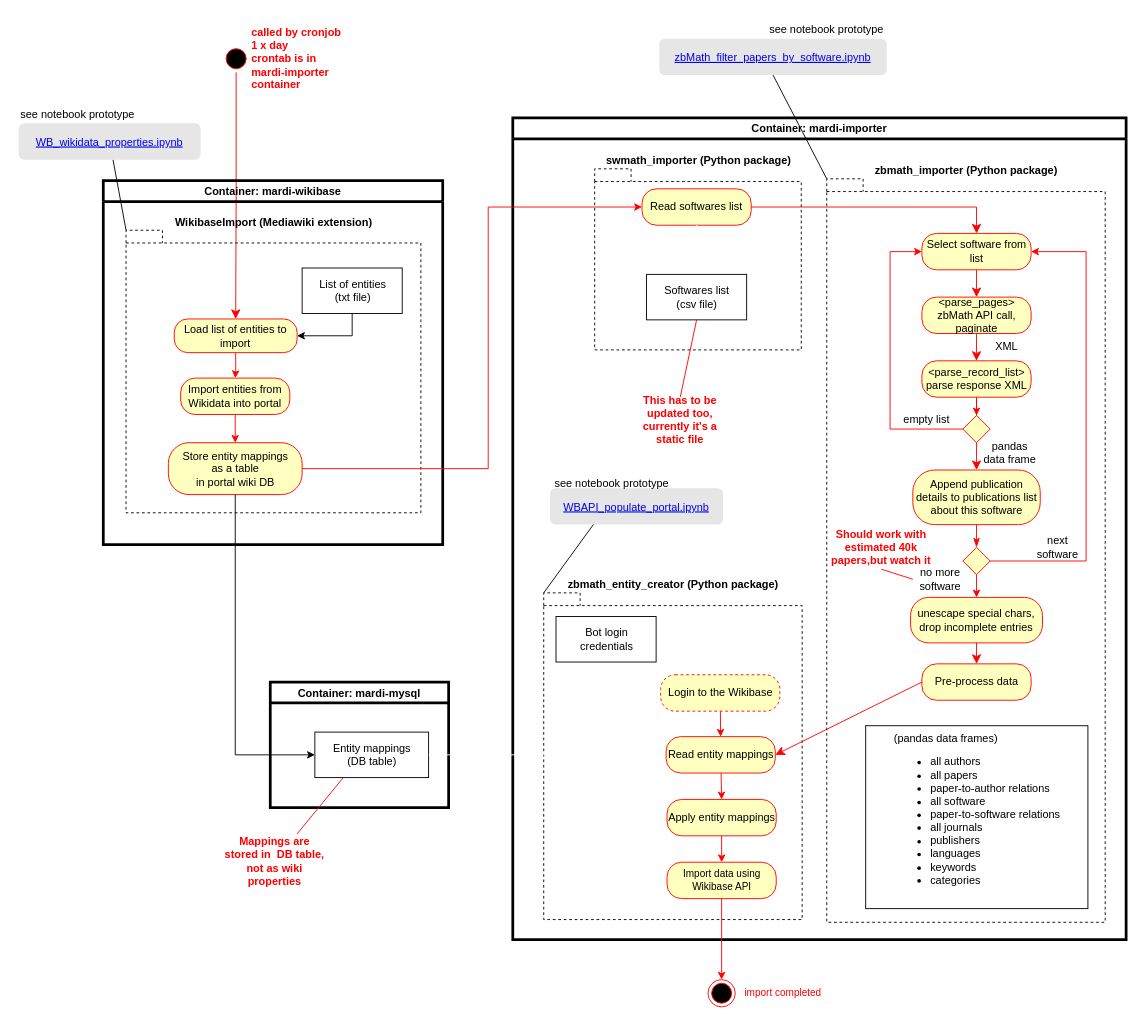
This is doc/activity.drawio from MaRDI4NFDI/docker-importer, a draw.io file, before an edit. Source tidied: cells renumbered, new cells numbered last; positions are measured from the earlier drawing's top-left corner, leaving out a move shared by most shapes. Both pictures are drawn from the tidied source at 91%, with x=0, y=0 at pixel (15, 15).
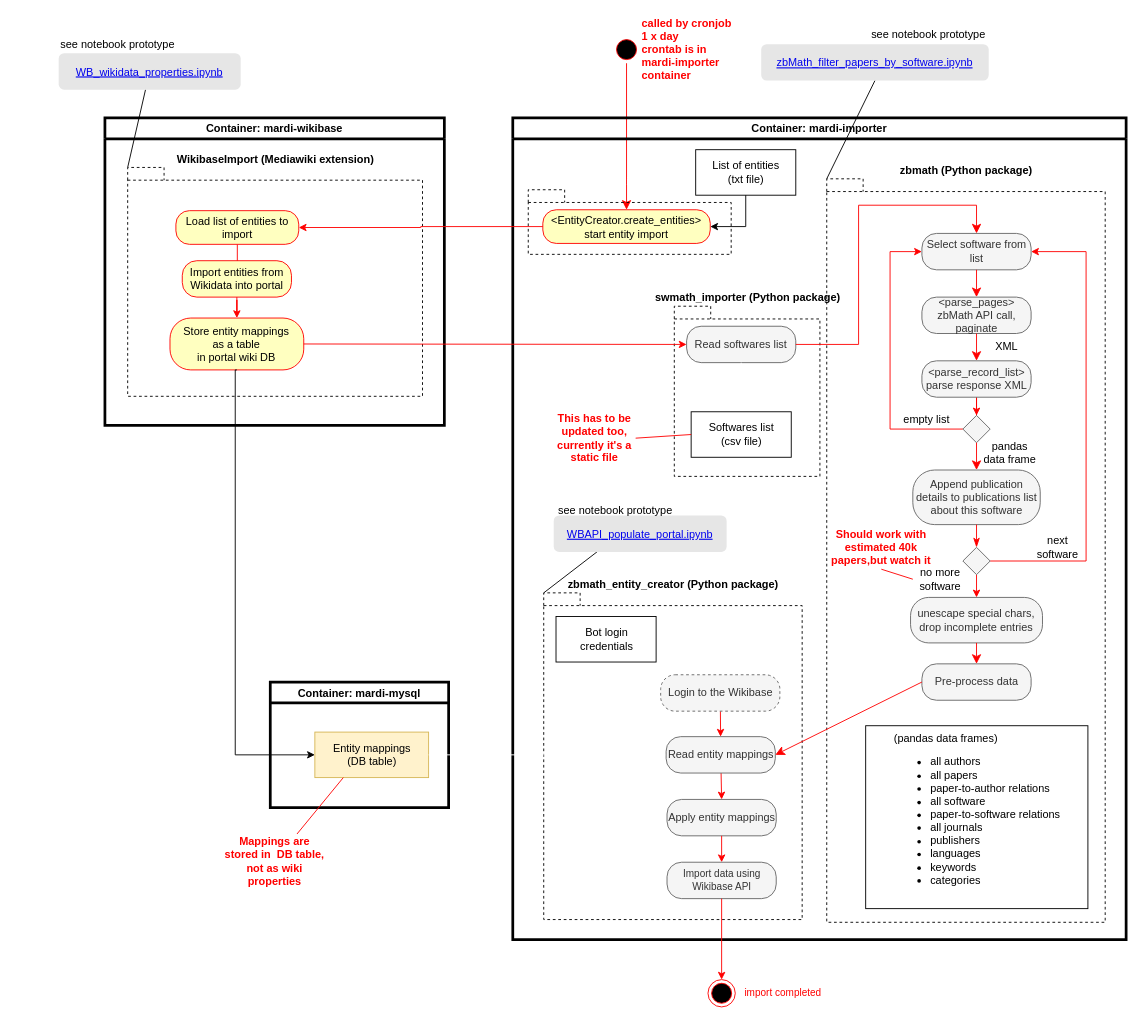
After the change.

The change refers to these unchanged cells:
```xml
<mxCell id="2" value="Container: mardi-mysql" style="swimlane;labelBackgroundColor=none;fillColor=none;strokeWidth=3;" parent="1" vertex="1">
  <mxGeometry x="279.5" y="732" width="196" height="138" as="geometry" />
</mxCell>
<mxCell id="15" value="Container: mardi-importer" style="swimlane;strokeWidth=3;fillColor=none;" parent="1" vertex="1">
  <mxGeometry x="546" y="112" width="674" height="903" as="geometry" />
</mxCell>
```

The edit, as a diff of the source:
```diff
@@
-    <mxCell id="3" value="&lt;div&gt;Entity mappings &lt;br&gt;&lt;/div&gt;&lt;div&gt;(DB table)&lt;/div&gt;" style="html=1;fillColor=none;" parent="2" vertex="1">
+    <mxCell id="3" value="&lt;div&gt;Entity mappings &lt;br&gt;&lt;/div&gt;&lt;div&gt;(DB table)&lt;/div&gt;" style="html=1;fillColor=#fff2cc;strokeColor=#d6b656;fontColor=#000000;" parent="2" vertex="1">
       <mxGeometry x="49" y="55" width="125" height="50" as="geometry" />
     </mxCell>
     <mxCell id="4" value="&lt;div&gt;&lt;font color=&quot;#FF0000&quot;&gt;&lt;b&gt;called by cronjob &lt;br&gt;&lt;/b&gt;&lt;/font&gt;&lt;/div&gt;&lt;div&gt;&lt;font color=&quot;#FF0000&quot;&gt;&lt;b&gt;1 x day&lt;/b&gt;&lt;/font&gt;&lt;/div&gt;&lt;div&gt;&lt;font color=&quot;#FF0000&quot;&gt;&lt;b&gt;crontab is in &lt;br&gt;&lt;/b&gt;&lt;/font&gt;&lt;/div&gt;&lt;div&gt;&lt;font color=&quot;#FF0000&quot;&gt;&lt;b&gt;mardi-importer&lt;/b&gt;&lt;/font&gt;&lt;/div&gt;&lt;div&gt;&lt;font color=&quot;#FF0000&quot;&gt;&lt;b&gt;container&lt;br&gt;&lt;/b&gt;&lt;/font&gt;&lt;/div&gt;" style="ellipse;html=1;shape=startState;fillColor=#000000;strokeColor=#ff0000;labelPosition=right;verticalLabelPosition=middle;align=left;verticalAlign=middle;" parent="1" vertex="1">
-      <mxGeometry x="227" y="32" width="30" height="30" as="geometry" />
+      <mxGeometry x="656" y="22" width="30" height="30" as="geometry" />
     </mxCell>
-    <mxCell id="5" style="edgeStyle=orthogonalEdgeStyle;html=1;verticalAlign=bottom;endArrow=classic;endSize=8;strokeColor=#ff0000;rounded=0;entryX=0.5;entryY=0;entryDx=0;entryDy=0;endFill=1;" parent="1" edge="1" source="4" target="9">
+    <mxCell id="5" style="edgeStyle=orthogonalEdgeStyle;html=1;verticalAlign=bottom;endArrow=classic;endSize=8;strokeColor=#ff0000;rounded=0;endFill=1;" parent="1" edge="1" source="4" target="90">
       <mxGeometry relative="1" as="geometry" />
     </mxCell>
     <mxCell id="6" value="Container: mardi-wikibase" style="swimlane;startSize=23;strokeWidth=3;fillColor=none;" parent="1" vertex="1">
-      <mxGeometry x="96" y="181" width="373" height="400" as="geometry" />
+      <mxGeometry x="97.8" y="112" width="373" height="338" as="geometry" />
     </mxCell>
     <mxCell id="7" value="WikibaseImport (Mediawiki extension)" style="shape=folder;fontStyle=1;spacingTop=10;tabWidth=40;tabHeight=14;tabPosition=left;html=1;align=center;labelPosition=center;verticalLabelPosition=top;verticalAlign=bottom;labelBackgroundColor=none;horizontal=1;fillColor=none;dashed=1;" parent="6" vertex="1">
-      <mxGeometry x="25" y="54.5" width="324" height="310.5" as="geometry" />
+      <mxGeometry x="25" y="54.5" width="324" height="251.5" as="geometry" />
     </mxCell>
@@
     <mxCell id="9" value="Load list of entities to import" style="rounded=1;whiteSpace=wrap;html=1;arcSize=40;fontColor=#000000;fillColor=#ffffc0;strokeColor=#ff0000;" parent="6" vertex="1">
-      <mxGeometry x="78" y="152" width="135" height="37" as="geometry" />
+      <mxGeometry x="78" y="102" width="135" height="37" as="geometry" />
     </mxCell>
-    <mxCell id="10" style="edgeStyle=orthogonalEdgeStyle;rounded=0;jettySize=auto;html=1;entryX=1;entryY=0.5;entryDx=0;entryDy=0;exitX=0.5;exitY=1;exitDx=0;exitDy=0;" parent="6" edge="1" source="11" target="9">
-      <mxGeometry relative="1" as="geometry" />
-    </mxCell>
-    <mxCell id="11" value="&lt;div&gt;List of entities &lt;br&gt;&lt;/div&gt;&lt;div&gt;(txt file)&lt;/div&gt;" style="html=1;fillColor=none;" parent="6" vertex="1">
-      <mxGeometry x="218.5" y="96" width="110" height="50" as="geometry" />
-    </mxCell>
     <mxCell id="12" style="edgeStyle=orthogonalEdgeStyle;rounded=0;jettySize=auto;html=1;entryX=0.5;entryY=0;entryDx=0;entryDy=0;strokeColor=#FF0000;" parent="6" edge="1" source="13" target="14">
-      <mxGeometry relative="1" as="geometry">
-        <Array as="points">
-          <mxPoint x="145" y="274" />
-          <mxPoint x="145" y="274" />
-        </Array>
-      </mxGeometry>
+      <mxGeometry relative="1" as="geometry" />
     </mxCell>
     <mxCell id="13" value="Import entities from Wikidata into portal" style="rounded=1;whiteSpace=wrap;html=1;arcSize=40;fontColor=#000000;fillColor=#ffffc0;strokeColor=#ff0000;" parent="6" vertex="1">
-      <mxGeometry x="85" y="217" width="120" height="40" as="geometry" />
+      <mxGeometry x="85" y="157" width="120" height="40" as="geometry" />
     </mxCell>
     <mxCell id="14" value="&lt;div&gt;Store entity mappings&lt;/div&gt;&lt;div&gt;as a table &lt;br&gt;&lt;/div&gt;&lt;div&gt;in portal wiki DB&lt;/div&gt;" style="rounded=1;whiteSpace=wrap;html=1;arcSize=40;fontColor=#000000;fillColor=#ffffc0;strokeColor=#ff0000;" parent="6" vertex="1">
-      <mxGeometry x="71.5" y="288" width="147" height="57" as="geometry" />
+      <mxGeometry x="71.5" y="220" width="147" height="57" as="geometry" />
     </mxCell>
@@
+    <mxCell id="89" value="wikidata" style="shape=folder;fontStyle=1;spacingTop=10;tabWidth=40;tabHeight=14;tabPosition=left;html=1;fontColor=#FFFFFF;labelPosition=center;verticalLabelPosition=top;align=center;verticalAlign=bottom;dashed=1;fillColor=none;" parent="15" vertex="1">
+      <mxGeometry x="17" y="79" width="223" height="71" as="geometry" />
+    </mxCell>
-    <mxCell id="16" value="zbmath_importer (Python package)" style="shape=folder;fontStyle=1;spacingTop=10;tabWidth=40;tabHeight=14;tabPosition=left;html=1;dashed=1;labelPosition=center;verticalLabelPosition=top;align=center;verticalAlign=bottom;fillColor=none;" parent="15" vertex="1">
+    <mxCell id="16" value="zbmath (Python package)" style="shape=folder;fontStyle=1;spacingTop=10;tabWidth=40;tabHeight=14;tabPosition=left;html=1;dashed=1;labelPosition=center;verticalLabelPosition=top;align=center;verticalAlign=bottom;fillColor=none;" parent="15" vertex="1">
       <mxGeometry x="345" y="67" width="306" height="817" as="geometry" />
     </mxCell>
     <mxCell id="17" value="swmath_importer (Python package)" style="shape=folder;fontStyle=1;spacingTop=10;tabWidth=40;tabHeight=14;tabPosition=left;html=1;dashed=1;labelPosition=center;verticalLabelPosition=top;align=center;verticalAlign=bottom;fillColor=none;" parent="15" vertex="1">
-      <mxGeometry x="90" y="56" width="227" height="199" as="geometry" />
+      <mxGeometry x="177.5" y="207" width="160" height="187" as="geometry" />
     </mxCell>
-    <mxCell id="18" value="Read softwares list" style="rounded=1;whiteSpace=wrap;html=1;arcSize=40;fontColor=#000000;fillColor=#ffffc0;strokeColor=#ff0000;" parent="15" vertex="1">
-      <mxGeometry x="142" y="78" width="120" height="40" as="geometry" />
+    <mxCell id="18" value="Read softwares list" style="rounded=1;whiteSpace=wrap;html=1;arcSize=40;fillColor=#f5f5f5;strokeColor=#666666;fontColor=#333333;" parent="15" vertex="1">
+      <mxGeometry x="191" y="229" width="120" height="40" as="geometry" />
     </mxCell>
     <mxCell id="19" style="edgeStyle=orthogonalEdgeStyle;html=1;verticalAlign=bottom;endArrow=classic;endSize=8;strokeColor=#ff0000;rounded=0;entryX=0.5;entryY=0;entryDx=0;entryDy=0;endFill=1;" parent="15" edge="1" source="18" target="21">
-      <mxGeometry relative="1" as="geometry" />
+      <mxGeometry relative="1" as="geometry">
+        <Array as="points">
+          <mxPoint x="380" y="249" />
+          <mxPoint x="380" y="96" />
+          <mxPoint x="510" y="96" />
+        </Array>
+      </mxGeometry>
     </mxCell>
     <mxCell id="20" value="&lt;div&gt;Softwares list &lt;br&gt;&lt;/div&gt;&lt;div&gt;(csv file)&lt;/div&gt;" style="html=1;fillColor=none;" parent="15" vertex="1">
-      <mxGeometry x="147" y="172" width="110" height="50" as="geometry" />
+      <mxGeometry x="196" y="323" width="110" height="50" as="geometry" />
     </mxCell>
-    <mxCell id="21" value="Select software from list" style="rounded=1;whiteSpace=wrap;html=1;arcSize=40;fontColor=#000000;fillColor=#ffffc0;strokeColor=#ff0000;" parent="15" vertex="1">
+    <mxCell id="21" value="Select software from list" style="rounded=1;whiteSpace=wrap;html=1;arcSize=40;fontColor=#333333;fillColor=#f5f5f5;strokeColor=#666666;" parent="15" vertex="1">
       <mxGeometry x="449.6" y="127" width="120" height="40" as="geometry" />
     </mxCell>
@@
-    <mxCell id="23" value="&lt;div&gt;&amp;lt;parse_pages&amp;gt;&lt;br&gt;&lt;/div&gt;&lt;div&gt;zbMath API call,&lt;/div&gt;&lt;div&gt;paginate&lt;br&gt;&lt;/div&gt;" style="rounded=1;whiteSpace=wrap;html=1;arcSize=40;fontColor=#000000;fillColor=#ffffc0;strokeColor=#ff0000;" parent="15" vertex="1">
+    <mxCell id="23" value="&lt;div&gt;&amp;lt;parse_pages&amp;gt;&lt;br&gt;&lt;/div&gt;&lt;div&gt;zbMath API call,&lt;/div&gt;&lt;div&gt;paginate&lt;br&gt;&lt;/div&gt;" style="rounded=1;whiteSpace=wrap;html=1;arcSize=40;fontColor=#333333;fillColor=#f5f5f5;strokeColor=#666666;" parent="15" vertex="1">
       <mxGeometry x="449.6" y="197" width="120" height="40" as="geometry" />
     </mxCell>
@@
-    <mxCell id="26" value="&lt;div&gt;&amp;lt;parse_record_list&amp;gt;&lt;/div&gt;&lt;div&gt;parse response XML &lt;br&gt;&lt;/div&gt;" style="rounded=1;whiteSpace=wrap;html=1;arcSize=40;fontColor=#000000;fillColor=#ffffc0;strokeColor=#ff0000;" parent="15" vertex="1">
+    <mxCell id="26" value="&lt;div&gt;&amp;lt;parse_record_list&amp;gt;&lt;/div&gt;&lt;div&gt;parse response XML &lt;br&gt;&lt;/div&gt;" style="rounded=1;whiteSpace=wrap;html=1;arcSize=40;fontColor=#333333;fillColor=#f5f5f5;strokeColor=#666666;" parent="15" vertex="1">
       <mxGeometry x="449.6" y="267" width="120" height="40" as="geometry" />
     </mxCell>
@@
-    <mxCell id="30" style="rhombus;whiteSpace=wrap;html=1;fillColor=#FFFFC0;strokeColor=#FF0000;" parent="15" vertex="1">
+    <mxCell id="30" style="rhombus;whiteSpace=wrap;html=1;fillColor=#f5f5f5;strokeColor=#666666;fontColor=#333333;" parent="15" vertex="1">
       <mxGeometry x="494.6" y="327" width="30" height="30" as="geometry" />
     </mxCell>
-    <mxCell id="31" value="Append publication details to publications list about this software" style="rounded=1;whiteSpace=wrap;html=1;arcSize=40;fontColor=#000000;fillColor=#ffffc0;strokeColor=#ff0000;" parent="15" vertex="1">
+    <mxCell id="31" value="Append publication details to publications list about this software" style="rounded=1;whiteSpace=wrap;html=1;arcSize=40;fontColor=#333333;fillColor=#f5f5f5;strokeColor=#666666;" parent="15" vertex="1">
       <mxGeometry x="439.6" y="387" width="140" height="60" as="geometry" />
     </mxCell>
@@
-    <mxCell id="34" value="&lt;div&gt;unescape special chars,&lt;/div&gt;&lt;div&gt;drop incomplete entries&lt;br&gt;&lt;/div&gt;" style="rounded=1;whiteSpace=wrap;html=1;arcSize=40;fontColor=#000000;fillColor=#ffffc0;strokeColor=#ff0000;" parent="15" vertex="1">
+    <mxCell id="34" value="&lt;div&gt;unescape special chars,&lt;/div&gt;&lt;div&gt;drop incomplete entries&lt;br&gt;&lt;/div&gt;" style="rounded=1;whiteSpace=wrap;html=1;arcSize=40;fontColor=#333333;fillColor=#f5f5f5;strokeColor=#666666;" parent="15" vertex="1">
       <mxGeometry x="437.1" y="527" width="145" height="50" as="geometry" />
     </mxCell>
@@
-    <mxCell id="38" value="Pre-process data" style="rounded=1;whiteSpace=wrap;html=1;arcSize=40;fontColor=#000000;fillColor=#ffffc0;strokeColor=#ff0000;" parent="15" vertex="1">
+    <mxCell id="38" value="Pre-process data" style="rounded=1;whiteSpace=wrap;html=1;arcSize=40;fontColor=#333333;fillColor=#f5f5f5;strokeColor=#666666;" parent="15" vertex="1">
       <mxGeometry x="449.6" y="600" width="120" height="40" as="geometry" />
     </mxCell>
@@
-    <mxCell id="43" style="rhombus;whiteSpace=wrap;html=1;fillColor=#FFFFC0;strokeColor=#FF0000;" parent="15" vertex="1">
+    <mxCell id="43" style="rhombus;whiteSpace=wrap;html=1;fillColor=#f5f5f5;strokeColor=#666666;fontColor=#333333;" parent="15" vertex="1">
       <mxGeometry x="494.6" y="472" width="30" height="30" as="geometry" />
     </mxCell>
@@
-    <mxCell id="49" value="Read entity mappings" style="rounded=1;whiteSpace=wrap;html=1;arcSize=40;fontColor=#000000;fillColor=#ffffc0;strokeColor=#ff0000;" parent="15" vertex="1">
+    <mxCell id="49" value="Read entity mappings" style="rounded=1;whiteSpace=wrap;html=1;arcSize=40;fontColor=#333333;fillColor=#f5f5f5;strokeColor=#666666;" parent="15" vertex="1">
       <mxGeometry x="168.5" y="680" width="120" height="40" as="geometry" />
     </mxCell>
@@
     <mxCell id="52" value="&lt;b&gt;&lt;font color=&quot;#FF0000&quot;&gt;&lt;span style=&quot;background-color: transparent&quot;&gt;This has to be updated too&lt;/span&gt;, currently it's a static file&lt;br&gt;&lt;/font&gt;&lt;/b&gt;" style="text;html=1;strokeColor=none;fillColor=none;align=center;verticalAlign=middle;whiteSpace=wrap;rounded=0;fontSize=12;" parent="15" vertex="1">
-      <mxGeometry x="139" y="307" width="90" height="50" as="geometry" />
+      <mxGeometry x="45" y="327" width="90" height="50" as="geometry" />
     </mxCell>
-    <mxCell id="53" style="rounded=0;jettySize=auto;html=1;entryX=0.5;entryY=1;entryDx=0;entryDy=0;fontSize=12;strokeColor=#FF0000;endArrow=none;endFill=0;exitX=0.5;exitY=0;exitDx=0;exitDy=0;" parent="15" edge="1" source="52" target="20">
+    <mxCell id="53" style="rounded=0;jettySize=auto;html=1;entryX=0;entryY=0.5;entryDx=0;entryDy=0;fontSize=12;strokeColor=#FF0000;endArrow=none;endFill=0;exitX=1;exitY=0.5;exitDx=0;exitDy=0;" parent="15" edge="1" source="52" target="20">
       <mxGeometry relative="1" as="geometry" />
     </mxCell>
@@
-    <mxCell id="55" value="Login to the Wikibase" style="rounded=1;whiteSpace=wrap;html=1;arcSize=40;fontColor=#000000;fillColor=#ffffc0;strokeColor=#ff0000;dashed=1;labelBackgroundColor=none;" parent="15" vertex="1">
+    <mxCell id="55" value="Login to the Wikibase" style="rounded=1;whiteSpace=wrap;html=1;arcSize=40;fontColor=#333333;fillColor=#f5f5f5;strokeColor=#666666;dashed=1;labelBackgroundColor=none;" parent="15" vertex="1">
       <mxGeometry x="162.5" y="612" width="131" height="40" as="geometry" />
     </mxCell>
@@
-    <mxCell id="58" value="Apply entity mappings" style="rounded=1;whiteSpace=wrap;html=1;arcSize=40;fontColor=#000000;fillColor=#ffffc0;strokeColor=#ff0000;fontFamily=Helvetica;fontSize=12;startSize=23;" parent="15" vertex="1">
+    <mxCell id="58" value="Apply entity mappings" style="rounded=1;whiteSpace=wrap;html=1;arcSize=40;fontColor=#333333;fillColor=#f5f5f5;strokeColor=#666666;fontFamily=Helvetica;fontSize=12;startSize=23;" parent="15" vertex="1">
       <mxGeometry x="169.5" y="749" width="120" height="40" as="geometry" />
     </mxCell>
@@
-    <mxCell id="67" style="group;" parent="15" vertex="1">
-      <mxGeometry x="41" y="387" width="190" height="60" as="geometry" />
-    </mxCell>
-    <mxCell id="68" value="WBAPI_populate_portal.ipynb" style="fontColor=#0000EE;fontStyle=4;rounded=1;overflow=hidden;spacing=10;strokeColor=none;fillColor=#E6E6E6;" parent="67" vertex="1">
-      <mxGeometry y="20" width="190" height="40" as="geometry" />
-    </mxCell>
-    <mxCell id="69" value="see notebook prototype" style="text;html=1;strokeColor=none;fillColor=none;align=center;verticalAlign=middle;whiteSpace=wrap;rounded=0;" parent="67" vertex="1">
-      <mxGeometry width="135.5" height="30" as="geometry" />
-    </mxCell>
@@
-    <mxCell id="71" value="&lt;div&gt;Import data using &lt;br&gt;&lt;/div&gt;&lt;div&gt;Wikibase API&lt;/div&gt;" style="rounded=1;whiteSpace=wrap;html=1;arcSize=40;fontColor=#000000;fillColor=#ffffc0;strokeColor=#ff0000;fontFamily=Helvetica;fontSize=11;startSize=23;" parent="15" vertex="1">
+    <mxCell id="71" value="&lt;div&gt;Import data using &lt;br&gt;&lt;/div&gt;&lt;div&gt;Wikibase API&lt;/div&gt;" style="rounded=1;whiteSpace=wrap;html=1;arcSize=40;fontColor=#333333;fillColor=#f5f5f5;strokeColor=#666666;fontFamily=Helvetica;fontSize=11;startSize=23;" parent="15" vertex="1">
       <mxGeometry x="169.5" y="818" width="120" height="40" as="geometry" />
     </mxCell>
@@
+    <mxCell id="90" value="&lt;div&gt;&amp;lt;EntityCreator.create_entities&amp;gt;&lt;/div&gt;&lt;div&gt;start entity import&lt;br&gt;&lt;/div&gt;" style="rounded=1;whiteSpace=wrap;html=1;arcSize=40;fontColor=#000000;fillColor=#ffffc0;strokeColor=#ff0000;" parent="15" vertex="1">
+      <mxGeometry x="33" y="101" width="184" height="37" as="geometry" />
+    </mxCell>
+    <mxCell id="67" style="group;" parent="15" vertex="1">
+      <mxGeometry x="45" y="417" width="190" height="60" as="geometry" />
+    </mxCell>
+    <mxCell id="68" value="WBAPI_populate_portal.ipynb" style="fontColor=#0000EE;fontStyle=4;rounded=1;overflow=hidden;spacing=10;strokeColor=none;fillColor=#E6E6E6;" parent="67" vertex="1">
+      <mxGeometry y="20" width="190" height="40" as="geometry" />
+    </mxCell>
+    <mxCell id="69" value="see notebook prototype" style="text;html=1;strokeColor=none;fillColor=none;align=center;verticalAlign=middle;whiteSpace=wrap;rounded=0;" parent="67" vertex="1">
+      <mxGeometry width="135.5" height="30" as="geometry" />
+    </mxCell>
+    <mxCell id="11" value="&lt;div&gt;List of entities &lt;br&gt;&lt;/div&gt;&lt;div&gt;(txt file)&lt;/div&gt;" style="html=1;fillColor=none;" parent="15" vertex="1">
+      <mxGeometry x="201" y="35" width="110" height="50" as="geometry" />
+    </mxCell>
+    <mxCell id="10" style="edgeStyle=orthogonalEdgeStyle;rounded=0;jettySize=auto;html=1;entryX=1;entryY=0.5;entryDx=0;entryDy=0;exitX=0.5;exitY=1;exitDx=0;exitDy=0;" parent="15" edge="1" source="11" target="90">
+      <mxGeometry relative="1" as="geometry" />
+    </mxCell>
@@
     <mxCell id="75" style="edgeStyle=orthogonalEdgeStyle;rounded=0;jettySize=auto;html=1;entryX=0;entryY=0.5;entryDx=0;entryDy=0;exitX=1;exitY=0.5;exitDx=0;exitDy=0;strokeColor=#FF0000;" parent="1" edge="1" source="14" target="18">
       <mxGeometry relative="1" as="geometry">
         <Array as="points">
-          <mxPoint x="519" y="498" />
-          <mxPoint x="519" y="210" />
+          <mxPoint x="316" y="361" />
         </Array>
       </mxGeometry>
     </mxCell>
@@
     <mxCell id="80" style="group;" parent="1" vertex="1">
-      <mxGeometry y="94" width="203" height="64" as="geometry" />
+      <mxGeometry x="44" y="17" width="203" height="64" as="geometry" />
     </mxCell>
@@
     <mxCell id="83" style="group;" parent="1" vertex="1">
-      <mxGeometry x="823" width="250" height="62" as="geometry" />
+      <mxGeometry x="935" y="6" width="250" height="62" as="geometry" />
     </mxCell>
@@
+    <mxCell id="91" style="edgeStyle=orthogonalEdgeStyle;rounded=0;jettySize=auto;html=1;entryX=1;entryY=0.5;entryDx=0;entryDy=0;fontColor=#FFFFFF;strokeColor=#FF0000;" parent="1" edge="1" source="90" target="9">
+      <mxGeometry relative="1" as="geometry" />
+    </mxCell>
```
